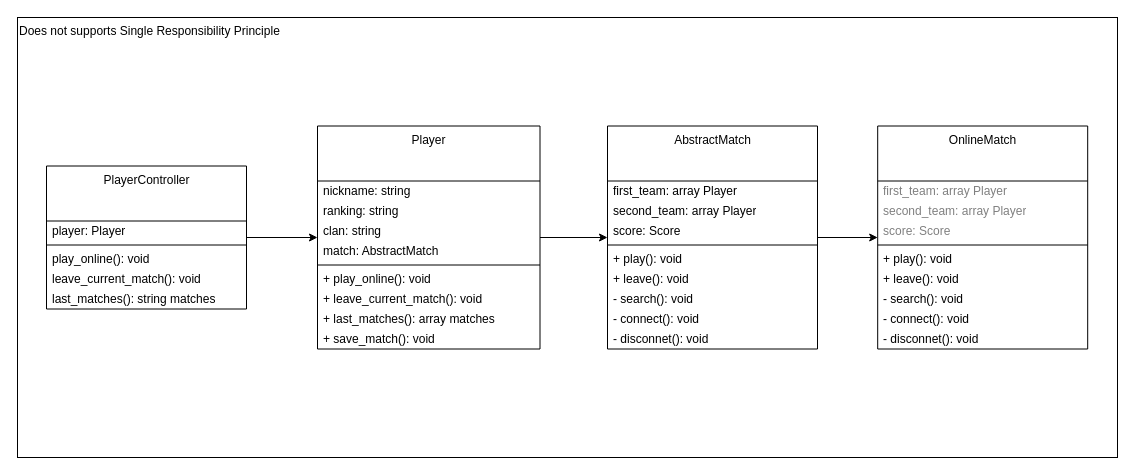
This is page "SRP-BROKEN" (4 of 9) of images/clean-code-clean-classes/clean-classes.drawio from GabrielSlima/blog, a draw.io file, before an edit. Source tidied: cells renumbered, new cells numbered last; positions are measured from the earlier drawing's top-left corner, leaving out a move shared by most shapes. Both pictures are drawn from the tidied source at 100%, with x=0, y=0 at pixel (17, 17).
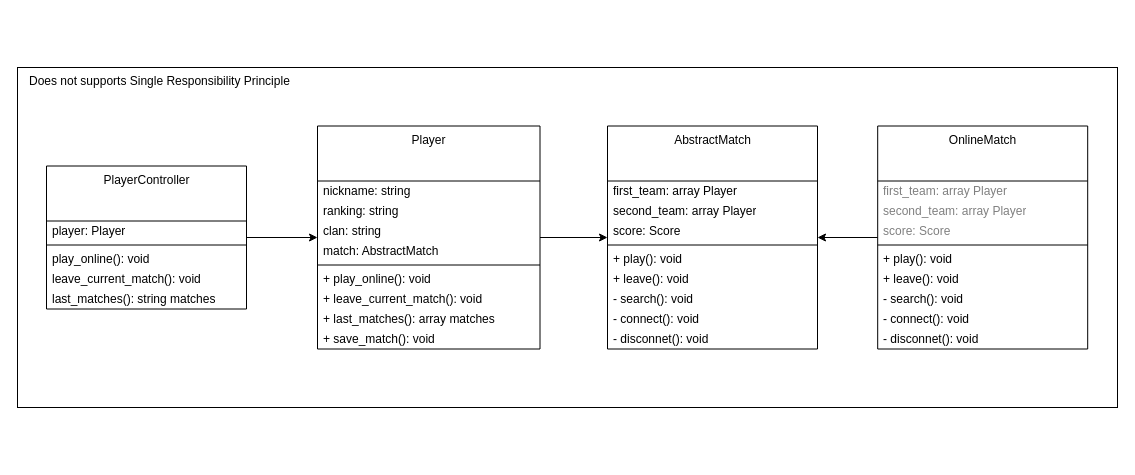
The same diagram, later.

Unchanged cells that the change refers to:
```xml
<mxCell id="21" value="OnlineMatch" style="swimlane;fontStyle=0;align=center;verticalAlign=top;horizontal=1;startSize=55;html=1;fillColor=none;" parent="1" vertex="1">
  <mxGeometry x="860.2" y="108.5" width="210" height="223" as="geometry" />
</mxCell>
<mxCell id="32" value="AbstractMatch" style="swimlane;fontStyle=0;align=center;verticalAlign=top;horizontal=1;startSize=55;html=1;fillColor=none;" parent="1" vertex="1">
  <mxGeometry x="590" y="108.5" width="210" height="223" as="geometry" />
</mxCell>
```

The edit, as a diff of the source:
```diff
@@
-    <mxCell id="2" value="Does not supports Single Responsibility Principle" style="rounded=0;whiteSpace=wrap;html=1;fillColor=none;align=left;verticalAlign=top;" parent="1" vertex="1">
-      <mxGeometry width="1100" height="440" as="geometry" />
+    <mxCell id="2" value="Does not supports Single Responsibility Principle" style="rounded=0;whiteSpace=wrap;html=1;fillColor=none;align=left;verticalAlign=top;spacingLeft=10;" parent="1" vertex="1">
+      <mxGeometry y="50" width="1100" height="340" as="geometry" />
     </mxCell>
@@
+    <mxCell id="42" style="edgeStyle=orthogonalEdgeStyle;rounded=0;jettySize=auto;html=1;" parent="1" edge="1" source="21" target="32">
+      <mxGeometry relative="1" as="geometry" />
+    </mxCell>
@@
-    <mxCell id="31" style="edgeStyle=orthogonalEdgeStyle;rounded=0;jettySize=auto;html=1;" parent="1" edge="1" source="32" target="21">
-      <mxGeometry relative="1" as="geometry" />
-    </mxCell>
```
